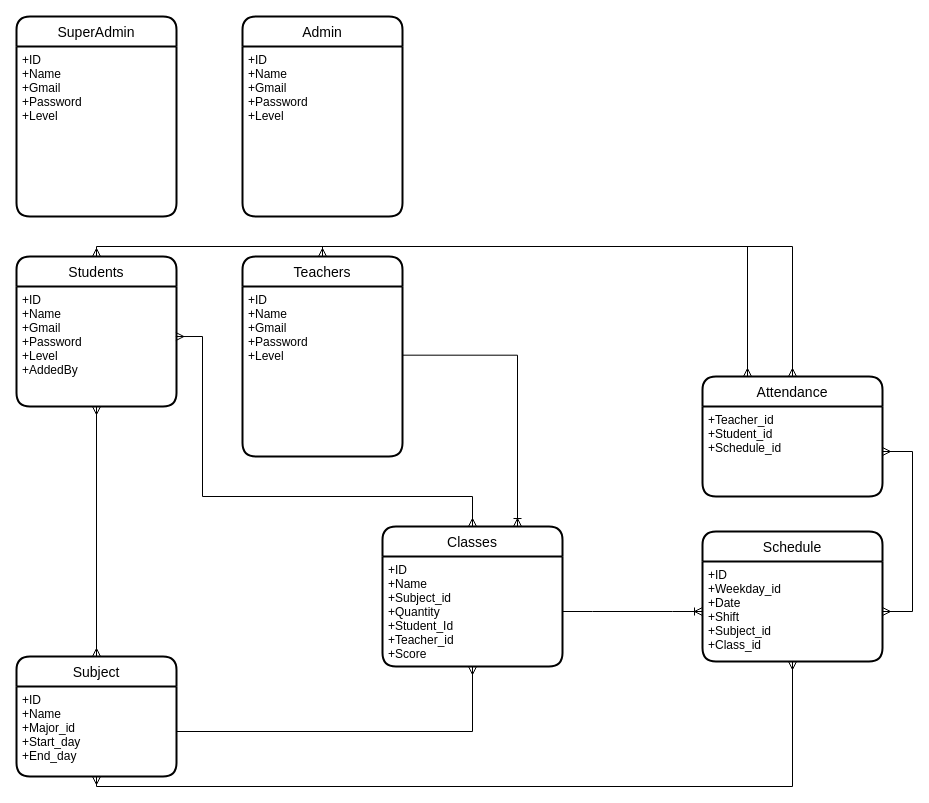
Before: page "Tổng thể" (1 of 4) of Document/SoDoThucThe.drawio in Prox404/doAn2J2schoolTeam21, a draw.io diagram. Source tidied: cells renumbered, new cells numbered last; positions are measured from the earlier drawing's top-left corner, leaving out a move shared by most shapes. Both pictures are drawn from the tidied source at 100%, with x=0, y=0 at pixel (16, 16).
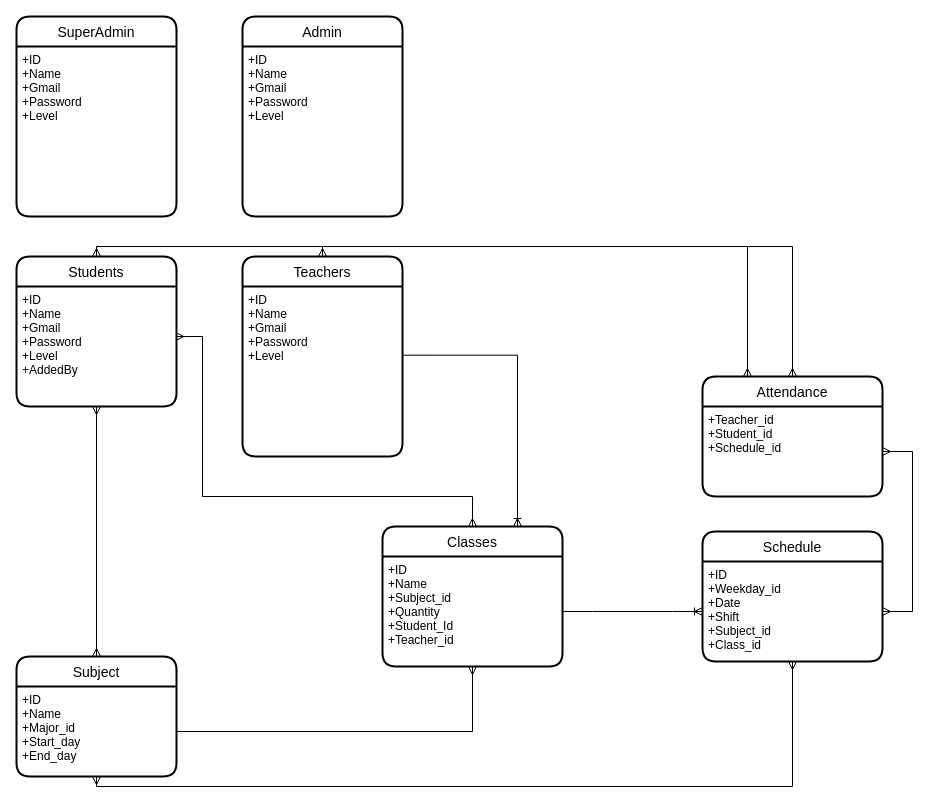
The same diagram, later.

The change refers to these unchanged cells:
```xml
<mxCell id="4" value="Classes" style="swimlane;horizontal=1;startSize=30;rounded=1;fontSize=14;fontStyle=0;strokeWidth=2;shadow=0;dashed=0;align=center;" parent="1" vertex="1">
  <mxGeometry x="366" y="510" width="180" height="140" as="geometry" />
</mxCell>
```

What changed in the source:
```diff
@@
-    <mxCell id="6" value="+ID&#10;+Name&#10;+Subject_id&#10;+Quantity&#10;+Student_Id&#10;+Teacher_id&#10;+Score" style="align=left;strokeColor=none;fillColor=none;spacingLeft=4;fontSize=12;verticalAlign=top;" parent="4" vertex="1">
+    <mxCell id="6" value="+ID&#10;+Name&#10;+Subject_id&#10;+Quantity&#10;+Student_Id&#10;+Teacher_id" style="align=left;strokeColor=none;fillColor=none;spacingLeft=4;fontSize=12;verticalAlign=top;" parent="4" vertex="1">
       <mxGeometry y="30" width="180" height="110" as="geometry" />
     </mxCell>
```
